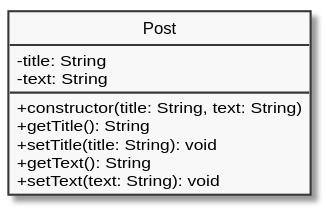
The PlantUML diagram core/object/assets/object-post-visibility.svg in ifpb/php-guide, before a commit.
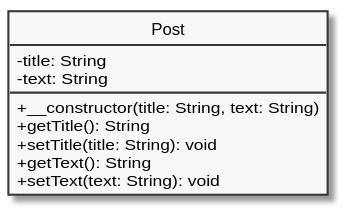
The same file after the commit.

Diff of the diagram source:
```diff
@@ -6,7 +6,7 @@
 class Post {
   -title: String
   -text: String
-  +constructor(title: String, text: String)
+  +__constructor(title: String, text: String)
   +getTitle(): String
   +setTitle(title: String): void
   +getText(): String
```
